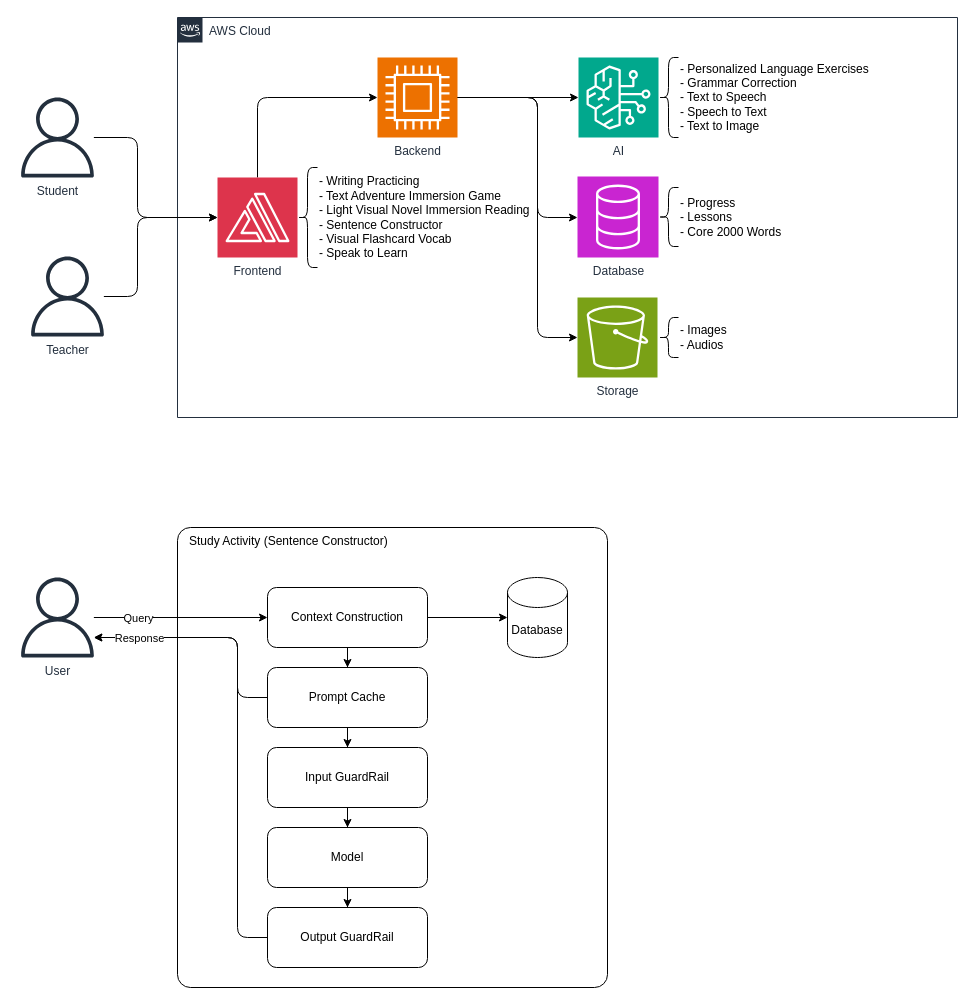
Above: genai-architecting/conceptual-architecture-diagram.drawio in danielwohlgemuth/free-genai-bootcamp-2025 (draw.io), before the change. Source tidied: cells renumbered, new cells numbered last; positions are measured from the earlier drawing's top-left corner, leaving out a move shared by most shapes. Both pictures are drawn from the tidied source at 100%, with x=0, y=0 at pixel (17, 17).
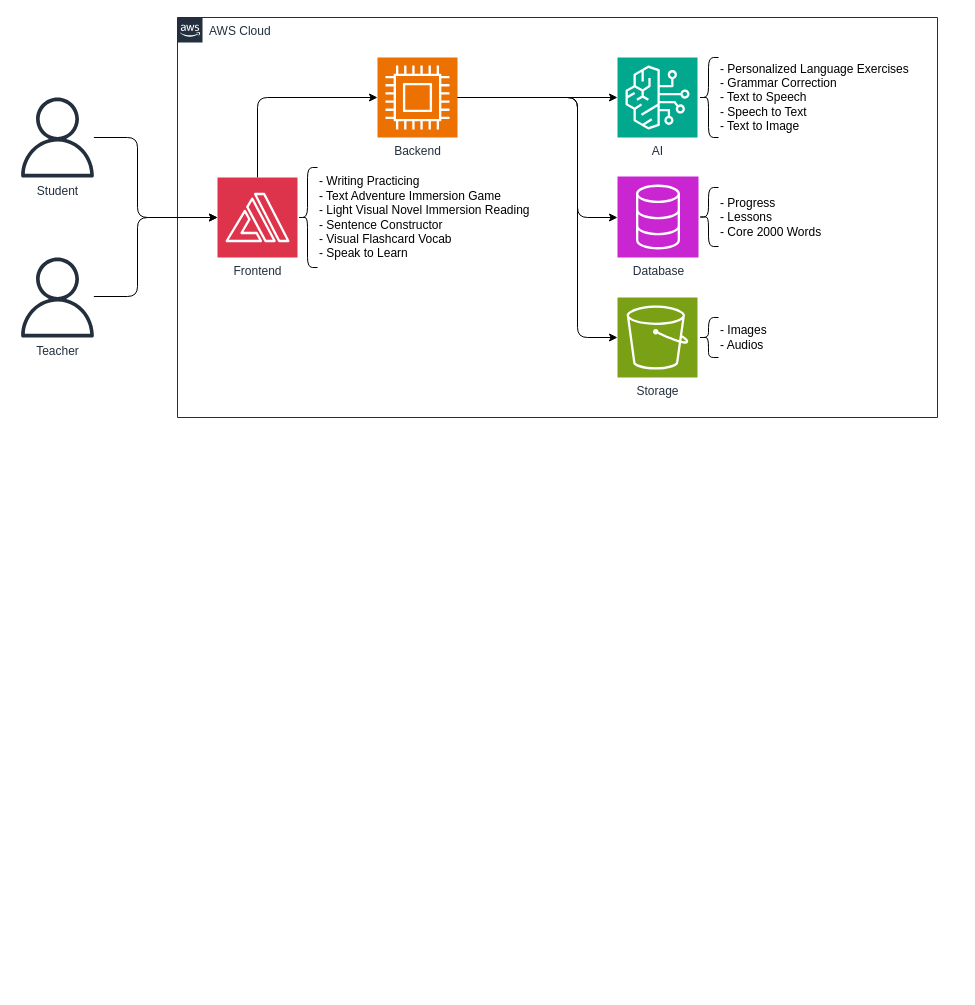
After the change.

Commit message (it also covers changes not shown here):
Split conceptual architecture and sentence constructor diagrams into separate images

Unchanged cells that the change refers to:
```xml
<mxCell id="26" value="Backend" style="sketch=0;points=[[0,0,0],[0.25,0,0],[0.5,0,0],[0.75,0,0],[1,0,0],[0,1,0],[0.25,1,0],[0.5,1,0],[0.75,1,0],[1,1,0],[0,0.25,0],[0,0.5,0],[0,0.75,0],[1,0.25,0],[1,0.5,0],[1,0.75,0]];outlineConnect=0;fontColor=#232F3E;fillColor=#ED7100;strokeColor=#ffffff;dashed=0;verticalLabelPosition=bottom;verticalAlign=top;align=center;html=1;fontSize=12;fontStyle=0;shape=mxgraph.aws4.resourceIcon;resIcon=mxgraph.aws4.compute;" parent="23" vertex="1">
  <mxGeometry x="200" y="40" width="80" height="80" as="geometry" />
</mxCell>
```

The edit, as a diff of the source:
```diff
@@
-    <mxCell id="2" value="Study Activity (Sentence Constructor)" style="rounded=1;whiteSpace=wrap;html=1;align=left;verticalAlign=top;spacingLeft=10;arcSize=3;" parent="1" vertex="1">
-      <mxGeometry x="160" y="510" width="430" height="460" as="geometry" />
-    </mxCell>
@@
     <mxCell id="5" value="Teacher" style="sketch=0;outlineConnect=0;fontColor=#232F3E;gradientColor=none;fillColor=#232F3D;strokeColor=none;dashed=0;verticalLabelPosition=bottom;verticalAlign=top;align=center;html=1;fontSize=12;fontStyle=0;shape=mxgraph.aws4.user;" parent="1" vertex="1">
-      <mxGeometry x="10" y="239" width="80" height="80" as="geometry" />
+      <mxGeometry y="240" width="80" height="80" as="geometry" />
     </mxCell>
-    <mxCell id="6" style="edgeStyle=orthogonalEdgeStyle;rounded=0;jettySize=auto;html=1;" parent="1" edge="1" source="8" target="12">
-      <mxGeometry relative="1" as="geometry" />
-    </mxCell>
-    <mxCell id="7" style="edgeStyle=orthogonalEdgeStyle;rounded=0;jettySize=auto;html=1;" parent="1" edge="1" source="8" target="17">
-      <mxGeometry relative="1" as="geometry" />
-    </mxCell>
-    <mxCell id="8" value="Context Construction" style="rounded=1;whiteSpace=wrap;html=1;" parent="1" vertex="1">
-      <mxGeometry x="250" y="570" width="160" height="60" as="geometry" />
-    </mxCell>
-    <mxCell id="9" style="edgeStyle=orthogonalEdgeStyle;rounded=1;jettySize=auto;html=1;curved=0;" parent="1" edge="1" source="11" target="8">
-      <mxGeometry relative="1" as="geometry">
-        <Array as="points">
-          <mxPoint x="120" y="600" />
-          <mxPoint x="120" y="600" />
-        </Array>
-      </mxGeometry>
-    </mxCell>
-    <mxCell id="10" value="Query" style="edgeLabel;html=1;align=center;verticalAlign=middle;" parent="9" vertex="1">
-      <mxGeometry x="-0.08" y="1" relative="1" as="geometry">
-        <mxPoint x="-36" y="1" as="offset" />
-      </mxGeometry>
-    </mxCell>
-    <mxCell id="11" value="User" style="sketch=0;outlineConnect=0;fontColor=#232F3E;gradientColor=none;fillColor=#232F3D;strokeColor=none;dashed=0;verticalLabelPosition=bottom;verticalAlign=top;align=center;html=1;fontSize=12;fontStyle=0;shape=mxgraph.aws4.user;" parent="1" vertex="1">
-      <mxGeometry y="560" width="80" height="80" as="geometry" />
-    </mxCell>
-    <mxCell id="12" value="Database" style="shape=cylinder3;whiteSpace=wrap;html=1;boundedLbl=1;backgroundOutline=1;size=15;" parent="1" vertex="1">
-      <mxGeometry x="490" y="560" width="60" height="80" as="geometry" />
-    </mxCell>
-    <mxCell id="13" style="edgeStyle=orthogonalEdgeStyle;rounded=0;jettySize=auto;html=1;" parent="1" edge="1" source="14" target="22">
-      <mxGeometry relative="1" as="geometry" />
-    </mxCell>
-    <mxCell id="14" value="Input GuardRail" style="rounded=1;whiteSpace=wrap;html=1;" parent="1" vertex="1">
-      <mxGeometry x="250" y="730" width="160" height="60" as="geometry" />
-    </mxCell>
-    <mxCell id="15" style="edgeStyle=orthogonalEdgeStyle;rounded=0;jettySize=auto;html=1;" parent="1" edge="1" source="17" target="14">
-      <mxGeometry relative="1" as="geometry" />
-    </mxCell>
-    <mxCell id="16" style="edgeStyle=orthogonalEdgeStyle;rounded=1;jettySize=auto;html=1;curved=0;" parent="1" edge="1" source="17" target="11">
-      <mxGeometry relative="1" as="geometry">
-        <Array as="points">
-          <mxPoint x="220" y="680" />
-          <mxPoint x="220" y="620" />
-        </Array>
-      </mxGeometry>
-    </mxCell>
-    <mxCell id="17" value="Prompt Cache" style="rounded=1;whiteSpace=wrap;html=1;" parent="1" vertex="1">
-      <mxGeometry x="250" y="650" width="160" height="60" as="geometry" />
-    </mxCell>
-    <mxCell id="18" style="edgeStyle=orthogonalEdgeStyle;rounded=1;jettySize=auto;html=1;curved=0;" parent="1" edge="1" source="20" target="11">
-      <mxGeometry relative="1" as="geometry">
-        <Array as="points">
-          <mxPoint x="220" y="920" />
-          <mxPoint x="220" y="620" />
-        </Array>
-      </mxGeometry>
-    </mxCell>
-    <mxCell id="19" value="Response" style="edgeLabel;html=1;align=center;verticalAlign=middle;" parent="18" vertex="1">
-      <mxGeometry x="0.88" y="3" relative="1" as="geometry">
-        <mxPoint x="16" y="-3" as="offset" />
-      </mxGeometry>
-    </mxCell>
-    <mxCell id="20" value="Output GuardRail" style="rounded=1;whiteSpace=wrap;html=1;" parent="1" vertex="1">
-      <mxGeometry x="250" y="890" width="160" height="60" as="geometry" />
-    </mxCell>
-    <mxCell id="21" style="edgeStyle=orthogonalEdgeStyle;rounded=0;jettySize=auto;html=1;" parent="1" edge="1" source="22" target="20">
-      <mxGeometry relative="1" as="geometry" />
-    </mxCell>
-    <mxCell id="22" value="Model" style="rounded=1;whiteSpace=wrap;html=1;" parent="1" vertex="1">
-      <mxGeometry x="250" y="810" width="160" height="60" as="geometry" />
-    </mxCell>
     <mxCell id="23" value="AWS Cloud" style="gradientColor=none;html=1;whiteSpace=wrap;fontSize=12;fontStyle=0;shape=mxgraph.aws4.group;grIcon=mxgraph.aws4.group_aws_cloud_alt;strokeColor=#232F3E;fillColor=none;verticalAlign=top;align=left;spacingLeft=30;fontColor=#232F3E;dashed=0;" parent="1" vertex="1">
-      <mxGeometry x="160" width="780" height="400" as="geometry" />
+      <mxGeometry x="160" width="760" height="400" as="geometry" />
     </mxCell>
@@
     <mxCell id="25" style="edgeStyle=orthogonalEdgeStyle;rounded=1;jettySize=auto;html=1;curved=0;" parent="23" edge="1" source="26" target="29">
       <mxGeometry relative="1" as="geometry">
         <Array as="points">
-          <mxPoint x="360" y="80" />
-          <mxPoint x="360" y="200" />
+          <mxPoint x="400" y="80" />
+          <mxPoint x="400" y="200" />
         </Array>
       </mxGeometry>
     </mxCell>
@@
     <mxCell id="29" value="Database" style="sketch=0;points=[[0,0,0],[0.25,0,0],[0.5,0,0],[0.75,0,0],[1,0,0],[0,1,0],[0.25,1,0],[0.5,1,0],[0.75,1,0],[1,1,0],[0,0.25,0],[0,0.5,0],[0,0.75,0],[1,0.25,0],[1,0.5,0],[1,0.75,0]];outlineConnect=0;fontColor=#232F3E;fillColor=#C925D1;strokeColor=#ffffff;dashed=0;verticalLabelPosition=bottom;verticalAlign=top;align=center;html=1;fontSize=12;fontStyle=0;shape=mxgraph.aws4.resourceIcon;resIcon=mxgraph.aws4.database;" parent="23" vertex="1">
-      <mxGeometry x="400" y="159" width="81" height="81" as="geometry" />
+      <mxGeometry x="440" y="159" width="81" height="81" as="geometry" />
     </mxCell>
     <mxCell id="30" value="AI" style="sketch=0;points=[[0,0,0],[0.25,0,0],[0.5,0,0],[0.75,0,0],[1,0,0],[0,1,0],[0.25,1,0],[0.5,1,0],[0.75,1,0],[1,1,0],[0,0.25,0],[0,0.5,0],[0,0.75,0],[1,0.25,0],[1,0.5,0],[1,0.75,0]];outlineConnect=0;fontColor=#232F3E;fillColor=#01A88D;strokeColor=#ffffff;dashed=0;verticalLabelPosition=bottom;verticalAlign=top;align=center;html=1;fontSize=12;fontStyle=0;shape=mxgraph.aws4.resourceIcon;resIcon=mxgraph.aws4.bedrock;" parent="23" vertex="1">
-      <mxGeometry x="401" y="40" width="80" height="80" as="geometry" />
+      <mxGeometry x="440" y="40" width="80" height="80" as="geometry" />
     </mxCell>
     <mxCell id="31" value="Storage" style="sketch=0;points=[[0,0,0],[0.25,0,0],[0.5,0,0],[0.75,0,0],[1,0,0],[0,1,0],[0.25,1,0],[0.5,1,0],[0.75,1,0],[1,1,0],[0,0.25,0],[0,0.5,0],[0,0.75,0],[1,0.25,0],[1,0.5,0],[1,0.75,0]];outlineConnect=0;fontColor=#232F3E;fillColor=#7AA116;strokeColor=#ffffff;dashed=0;verticalLabelPosition=bottom;verticalAlign=top;align=center;html=1;fontSize=12;fontStyle=0;shape=mxgraph.aws4.resourceIcon;resIcon=mxgraph.aws4.s3;" parent="23" vertex="1">
-      <mxGeometry x="400" y="280" width="80" height="80" as="geometry" />
+      <mxGeometry x="440" y="280" width="80" height="80" as="geometry" />
     </mxCell>
     <mxCell id="32" style="edgeStyle=orthogonalEdgeStyle;rounded=1;jettySize=auto;html=1;entryX=0;entryY=0.5;entryDx=0;entryDy=0;entryPerimeter=0;curved=0;" parent="23" edge="1" source="26" target="31">
       <mxGeometry relative="1" as="geometry">
         <Array as="points">
-          <mxPoint x="360" y="80" />
-          <mxPoint x="360" y="320" />
+          <mxPoint x="400" y="80" />
+          <mxPoint x="400" y="320" />
         </Array>
       </mxGeometry>
     </mxCell>
@@
     <mxCell id="35" value="- Personalized Language E&lt;span style=&quot;background-color: transparent; color: light-dark(rgb(0, 0, 0), rgb(255, 255, 255));&quot;&gt;xercises&lt;/span&gt;&lt;div&gt;- Grammar Correction&lt;br&gt;&lt;div&gt;&lt;div&gt;- Text to Speech&lt;/div&gt;&lt;/div&gt;&lt;div&gt;- Speech to Text&lt;/div&gt;&lt;div&gt;- Text to Image&lt;/div&gt;&lt;/div&gt;" style="text;align=left;verticalAlign=middle;strokeColor=none;fillColor=none;spacing=2;html=1;" parent="23" vertex="1">
-      <mxGeometry x="501" y="35" width="210" height="90" as="geometry" />
+      <mxGeometry x="541" y="35" width="210" height="90" as="geometry" />
     </mxCell>
     <mxCell id="36" style="shape=curlyBracket;whiteSpace=wrap;html=1;rounded=1;labelPosition=left;verticalLabelPosition=middle;align=right;verticalAlign=middle;" parent="23" vertex="1">
-      <mxGeometry x="481" y="40" width="20" height="80" as="geometry" />
+      <mxGeometry x="521" y="40" width="20" height="80" as="geometry" />
     </mxCell>
     <mxCell id="37" value="- Progress&lt;div&gt;- Lessons&lt;/div&gt;&lt;div&gt;- Core 2000 Words&lt;/div&gt;" style="text;align=left;verticalAlign=middle;strokeColor=none;fillColor=none;spacing=2;html=1;" parent="23" vertex="1">
-      <mxGeometry x="501" y="169.5" width="120" height="60" as="geometry" />
+      <mxGeometry x="541" y="169.5" width="120" height="60" as="geometry" />
     </mxCell>
     <mxCell id="38" style="shape=curlyBracket;whiteSpace=wrap;html=1;rounded=1;labelPosition=left;verticalLabelPosition=middle;align=right;verticalAlign=middle;" parent="23" vertex="1">
-      <mxGeometry x="481" y="170" width="20" height="59" as="geometry" />
+      <mxGeometry x="521" y="170" width="20" height="59" as="geometry" />
     </mxCell>
     <mxCell id="39" value="- Images&lt;div&gt;- Audios&lt;/div&gt;" style="text;align=left;verticalAlign=middle;strokeColor=none;fillColor=none;spacing=2;html=1;" parent="23" vertex="1">
-      <mxGeometry x="501" y="300" width="70" height="40" as="geometry" />
+      <mxGeometry x="541" y="300" width="70" height="40" as="geometry" />
     </mxCell>
     <mxCell id="40" style="shape=curlyBracket;whiteSpace=wrap;html=1;rounded=1;labelPosition=left;verticalLabelPosition=middle;align=right;verticalAlign=middle;" parent="23" vertex="1">
-      <mxGeometry x="481" y="300" width="20" height="40" as="geometry" />
+      <mxGeometry x="521" y="300" width="20" height="40" as="geometry" />
     </mxCell>
```
